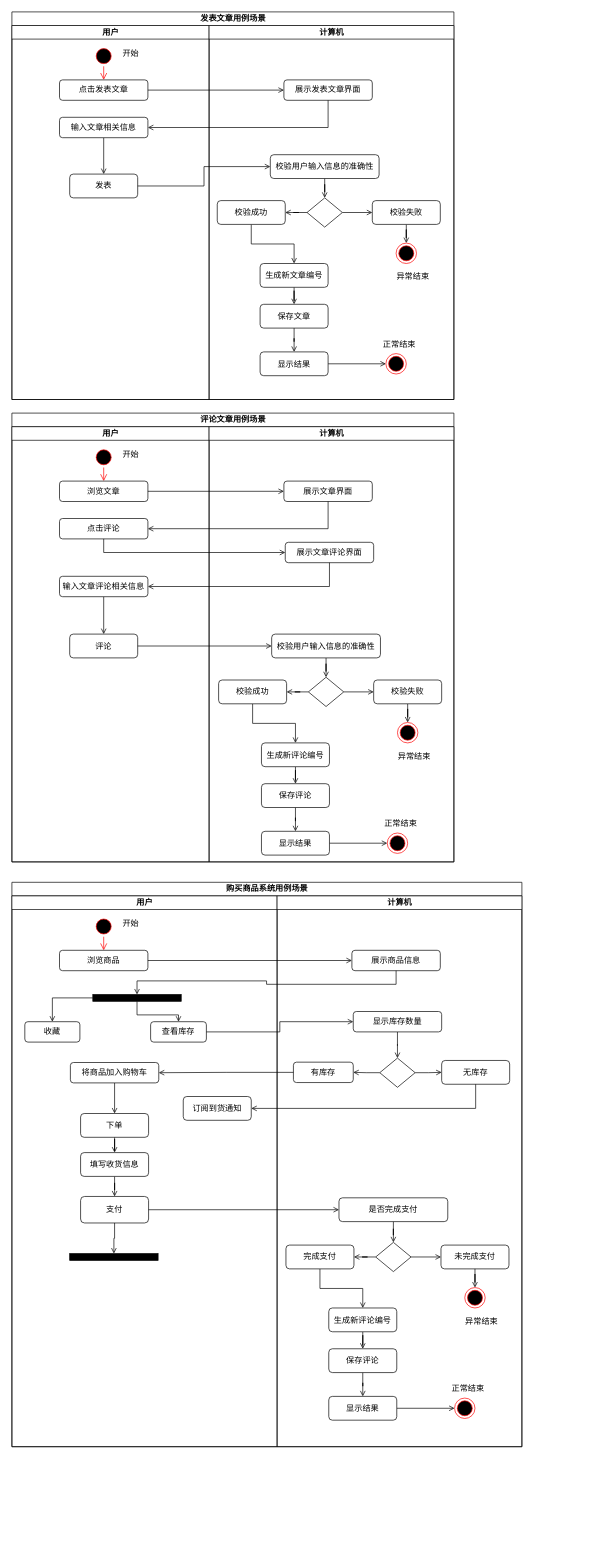
Above: uml-系统用例场景.drawio in JMHello/draw (draw.io), before the change. Source tidied: cells renumbered, new cells numbered last; positions are measured from the earlier drawing's top-left corner, leaving out a move shared by most shapes. Both pictures are drawn from the tidied source at 68%, with x=0, y=0 at pixel (12, 12).
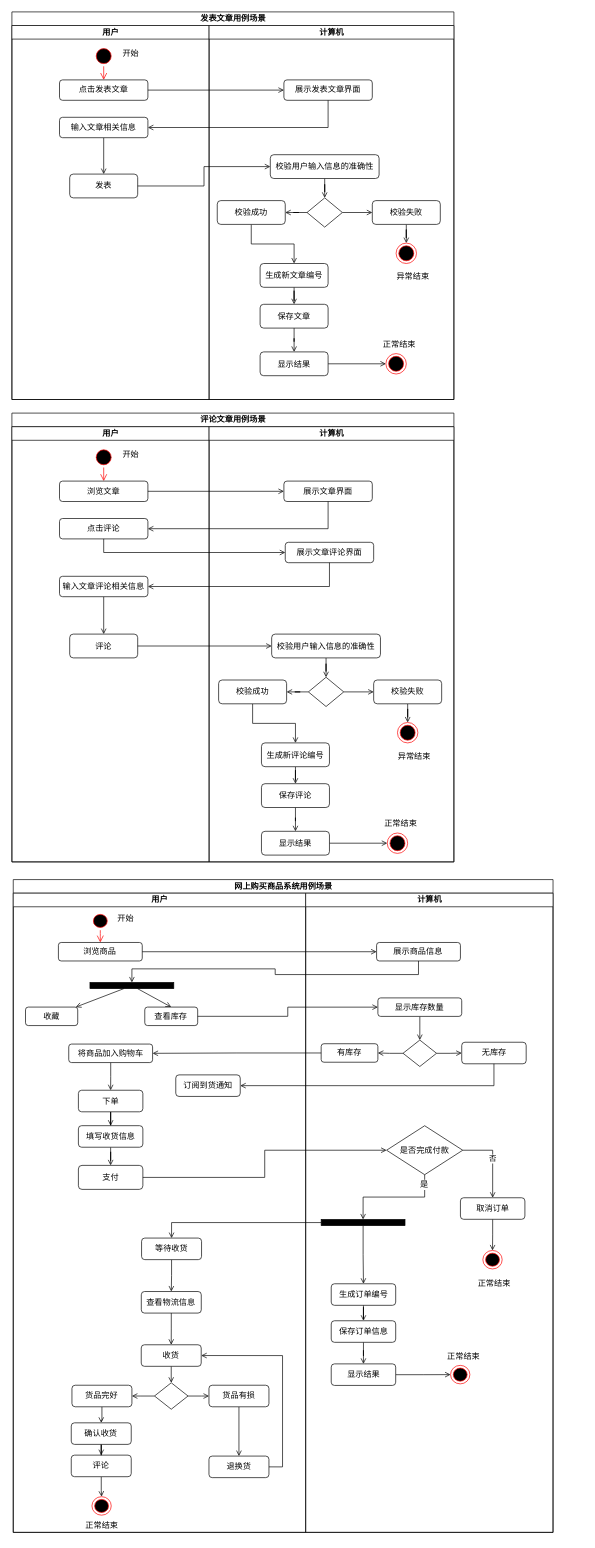
The same page after the edit.

Commit message (it also covers changes not shown here):
Update uml-系统用例场景.drawio

The edit, as a diff of the source:
```diff
@@
+    <mxCell id="128" style="group;" parent="1" vertex="1">
+      <mxGeometry x="2" y="1280" width="838" height="960" as="geometry" />
+    </mxCell>
-    <mxCell id="72" value="购买商品系统用例场景" style="swimlane;html=1;startSize=20;" parent="1" vertex="1">
-      <mxGeometry y="1280" width="750" height="830" as="geometry" />
+    <mxCell id="72" value="网上购买商品系统用例场景" style="swimlane;html=1;startSize=20;" parent="128" vertex="1">
+      <mxGeometry y="-4" width="793.8" height="960" as="geometry" />
     </mxCell>
     <mxCell id="73" value="用户" style="swimlane;html=1;startSize=20;" parent="72" vertex="1">
-      <mxGeometry y="20" width="390" height="810" as="geometry" />
+      <mxGeometry y="20" width="430" height="940" as="geometry" />
     </mxCell>
     <mxCell id="74" style="ellipse;html=1;shape=startState;fillColor=#000000;strokeColor=#ff0000;" parent="73" vertex="1">
-      <mxGeometry x="120" y="30" width="30" height="30" as="geometry" />
+      <mxGeometry x="113.8" y="27.2" width="28.4" height="27.2" as="geometry" />
     </mxCell>
@@
     <mxCell id="76" value="浏览商品" style="rounded=1;whiteSpace=wrap;html=1;" parent="73" vertex="1">
-      <mxGeometry x="70" y="80" width="130" height="30" as="geometry" />
+      <mxGeometry x="66.4" y="72.5" width="123.3" height="27.2" as="geometry" />
     </mxCell>
@@
     <mxCell id="78" value="将商品加入购物车" style="rounded=1;whiteSpace=wrap;html=1;" parent="73" vertex="1">
-      <mxGeometry x="86" y="245" width="130" height="30" as="geometry" />
+      <mxGeometry x="81.6" y="221.9" width="123.3" height="27.2" as="geometry" />
     </mxCell>
@@
     <mxCell id="80" value="下单" style="rounded=1;whiteSpace=wrap;html=1;" parent="73" vertex="1">
-      <mxGeometry x="101" y="320" width="100" height="35" as="geometry" />
+      <mxGeometry x="95.8" y="289.8" width="94.8" height="31.7" as="geometry" />
     </mxCell>
@@
     <mxCell id="82" value="填写收货信息" style="rounded=1;whiteSpace=wrap;html=1;" parent="73" vertex="1">
-      <mxGeometry x="101" y="377.5" width="100" height="35" as="geometry" />
+      <mxGeometry x="95.8" y="341.9" width="94.8" height="31.7" as="geometry" />
     </mxCell>
     <mxCell id="83" value="支付" style="rounded=1;whiteSpace=wrap;html=1;" parent="73" vertex="1">
-      <mxGeometry x="101" y="442" width="100" height="39" as="geometry" />
+      <mxGeometry x="95.8" y="400.3" width="94.8" height="35.3" as="geometry" />
     </mxCell>
     <mxCell id="84" value="开始" style="text;html=1;strokeColor=none;fillColor=none;align=center;verticalAlign=middle;whiteSpace=wrap;rounded=0;" parent="73" vertex="1">
-      <mxGeometry x="150" y="32" width="50" height="18" as="geometry" />
+      <mxGeometry x="142.2" y="29" width="47.4" height="16.3" as="geometry" />
     </mxCell>
-    <mxCell id="85" style="edgeStyle=orthogonalEdgeStyle;rounded=0;jettySize=auto;html=1;endArrow=open;endFill=0;" parent="73" edge="1" source="87" target="88">
+    <mxCell id="85" style="rounded=0;jettySize=auto;html=1;endArrow=open;endFill=0;" parent="73" edge="1" source="87" target="88">
       <mxGeometry relative="1" as="geometry" />
     </mxCell>
-    <mxCell id="86" style="edgeStyle=orthogonalEdgeStyle;rounded=0;jettySize=auto;html=1;entryX=0.5;entryY=0;entryDx=0;entryDy=0;endArrow=open;endFill=0;" parent="73" edge="1" source="87" target="89">
+    <mxCell id="86" style="rounded=0;jettySize=auto;html=1;entryX=0.5;entryY=0;entryDx=0;entryDy=0;endArrow=open;endFill=0;" parent="73" edge="1" source="87" target="89">
       <mxGeometry relative="1" as="geometry" />
     </mxCell>
     <mxCell id="87" style="rounded=0;whiteSpace=wrap;html=1;gradientColor=none;fillColor=#000000;" parent="73" vertex="1">
-      <mxGeometry x="119" y="145" width="130" height="10" as="geometry" />
+      <mxGeometry x="112.8" y="131.3" width="123.3" height="9.1" as="geometry" />
     </mxCell>
     <mxCell id="88" value="收藏" style="rounded=1;whiteSpace=wrap;html=1;" parent="73" vertex="1">
-      <mxGeometry x="19" y="185" width="81" height="30" as="geometry" />
+      <mxGeometry x="18" y="167.5" width="76.8" height="27.2" as="geometry" />
     </mxCell>
     <mxCell id="89" value="查看库存" style="rounded=1;whiteSpace=wrap;html=1;" parent="73" vertex="1">
-      <mxGeometry x="204" y="185" width="82" height="30" as="geometry" />
+      <mxGeometry x="193.4" y="167.5" width="77.8" height="27.2" as="geometry" />
     </mxCell>
     <mxCell id="90" value="订阅到货通知" style="rounded=1;whiteSpace=wrap;html=1;" parent="73" vertex="1">
-      <mxGeometry x="252" y="295" width="100" height="35" as="geometry" />
+      <mxGeometry x="239" y="267.2" width="94.8" height="31.7" as="geometry" />
     </mxCell>
-    <mxCell id="91" style="rounded=0;whiteSpace=wrap;html=1;gradientColor=none;fillColor=#000000;" parent="73" vertex="1">
-      <mxGeometry x="85" y="526" width="130" height="10" as="geometry" />
-    </mxCell>
-    <mxCell id="92" style="edgeStyle=orthogonalEdgeStyle;rounded=0;jettySize=auto;html=1;endArrow=open;endFill=0;entryX=0.5;entryY=0;entryDx=0;entryDy=0;" parent="73" edge="1" source="83" target="91">
-      <mxGeometry relative="1" as="geometry" />
-    </mxCell>
+    <mxCell id="129" style="edgeStyle=orthogonalEdgeStyle;rounded=0;jettySize=auto;html=1;endArrow=open;endFill=0;" parent="73" edge="1" source="130" target="132">
+      <mxGeometry relative="1" as="geometry" />
+    </mxCell>
+    <mxCell id="130" value="等待收货" style="rounded=1;whiteSpace=wrap;html=1;" parent="73" vertex="1">
+      <mxGeometry x="188.7" y="507.2" width="88.2" height="31.7" as="geometry" />
+    </mxCell>
+    <mxCell id="131" style="edgeStyle=orthogonalEdgeStyle;rounded=0;jettySize=auto;html=1;endArrow=open;endFill=0;" parent="73" edge="1" source="132" target="134">
+      <mxGeometry relative="1" as="geometry" />
+    </mxCell>
+    <mxCell id="132" value="查看物流信息" style="rounded=1;whiteSpace=wrap;html=1;" parent="73" vertex="1">
+      <mxGeometry x="188.3" y="585.8" width="88.2" height="31.7" as="geometry" />
+    </mxCell>
+    <mxCell id="133" style="edgeStyle=orthogonalEdgeStyle;rounded=0;jettySize=auto;html=1;entryX=0.5;entryY=0;entryDx=0;entryDy=0;endArrow=open;endFill=0;" parent="73" edge="1" source="134" target="137">
+      <mxGeometry relative="1" as="geometry" />
+    </mxCell>
+    <mxCell id="134" value="收货" style="rounded=1;whiteSpace=wrap;html=1;" parent="73" vertex="1">
+      <mxGeometry x="188.2" y="664.1" width="88.2" height="31.7" as="geometry" />
+    </mxCell>
+    <mxCell id="135" style="edgeStyle=orthogonalEdgeStyle;rounded=0;jettySize=auto;html=1;entryX=1;entryY=0.5;entryDx=0;entryDy=0;endArrow=open;endFill=0;" parent="73" edge="1" source="137" target="139">
+      <mxGeometry relative="1" as="geometry" />
+    </mxCell>
+    <mxCell id="136" style="edgeStyle=orthogonalEdgeStyle;rounded=0;jettySize=auto;html=1;endArrow=open;endFill=0;" parent="73" edge="1" source="137" target="145">
+      <mxGeometry relative="1" as="geometry" />
+    </mxCell>
+    <mxCell id="137" style="rhombus;whiteSpace=wrap;html=1;" parent="73" vertex="1">
+      <mxGeometry x="207.7" y="720" width="49.3" height="38.9" as="geometry" />
+    </mxCell>
+    <mxCell id="138" style="edgeStyle=orthogonalEdgeStyle;rounded=0;jettySize=auto;html=1;endArrow=open;endFill=0;" parent="73" edge="1" source="139" target="141">
+      <mxGeometry relative="1" as="geometry" />
+    </mxCell>
+    <mxCell id="139" value="货品完好" style="rounded=1;whiteSpace=wrap;html=1;" parent="73" vertex="1">
+      <mxGeometry x="86.3" y="723.6" width="88.2" height="31.7" as="geometry" />
+    </mxCell>
+    <mxCell id="140" style="edgeStyle=orthogonalEdgeStyle;rounded=0;jettySize=auto;html=1;endArrow=open;endFill=0;" parent="73" edge="1" source="141" target="143">
+      <mxGeometry relative="1" as="geometry" />
+    </mxCell>
+    <mxCell id="141" value="确认收货" style="rounded=1;whiteSpace=wrap;html=1;" parent="73" vertex="1">
+      <mxGeometry x="85.3" y="778.9" width="88.2" height="31.7" as="geometry" />
+    </mxCell>
+    <mxCell id="142" style="edgeStyle=orthogonalEdgeStyle;rounded=0;jettySize=auto;html=1;endArrow=open;endFill=0;" parent="73" edge="1" source="143" target="149">
+      <mxGeometry relative="1" as="geometry" />
+    </mxCell>
+    <mxCell id="143" value="评论" style="rounded=1;whiteSpace=wrap;html=1;" parent="73" vertex="1">
+      <mxGeometry x="85.3" y="826.4" width="88.2" height="31.7" as="geometry" />
+    </mxCell>
+    <mxCell id="144" style="edgeStyle=orthogonalEdgeStyle;rounded=0;jettySize=auto;html=1;endArrow=open;endFill=0;" parent="73" edge="1" source="145" target="147">
+      <mxGeometry relative="1" as="geometry" />
+    </mxCell>
+    <mxCell id="145" value="货品有损" style="rounded=1;whiteSpace=wrap;html=1;" parent="73" vertex="1">
+      <mxGeometry x="287.8" y="723.6" width="88.2" height="31.7" as="geometry" />
+    </mxCell>
+    <mxCell id="146" style="edgeStyle=orthogonalEdgeStyle;rounded=0;jettySize=auto;html=1;entryX=1;entryY=0.5;entryDx=0;entryDy=0;endArrow=open;endFill=0;exitX=1;exitY=0.5;exitDx=0;exitDy=0;" parent="73" edge="1" source="147" target="134">
+      <mxGeometry relative="1" as="geometry" />
+    </mxCell>
+    <mxCell id="147" value="退换货" style="rounded=1;whiteSpace=wrap;html=1;" parent="73" vertex="1">
+      <mxGeometry x="287.8" y="827.8" width="88.2" height="31.7" as="geometry" />
+    </mxCell>
+    <mxCell id="148" style="group;" parent="73" vertex="1">
+      <mxGeometry x="102.4" y="887.5" width="56.9" height="57.1" as="geometry" />
+    </mxCell>
+    <mxCell id="149" style="ellipse;html=1;shape=endState;fillColor=#000000;strokeColor=#ff0000;" parent="148" vertex="1">
+      <mxGeometry x="13.3" width="28.4" height="27.2" as="geometry" />
+    </mxCell>
+    <mxCell id="150" value="正常结束" style="text;html=1;strokeColor=none;fillColor=none;align=center;verticalAlign=middle;whiteSpace=wrap;rounded=0;" parent="148" vertex="1">
+      <mxGeometry y="32.2" width="56.9" height="20.8" as="geometry" />
+    </mxCell>
     <mxCell id="93" value="计算机" style="swimlane;html=1;startSize=20;" parent="72" vertex="1">
-      <mxGeometry x="390" y="20" width="360" height="810" as="geometry" />
+      <mxGeometry x="430" y="20" width="363.8" height="940" as="geometry" />
     </mxCell>
     <mxCell id="94" value="展示商品信息" style="rounded=1;whiteSpace=wrap;html=1;" parent="93" vertex="1">
-      <mxGeometry x="110" y="80" width="130" height="30" as="geometry" />
+      <mxGeometry x="104.3" y="72.5" width="123.3" height="27.2" as="geometry" />
     </mxCell>
-    <mxCell id="95" style="edgeStyle=orthogonalEdgeStyle;rounded=0;jettySize=auto;html=1;entryX=0.5;entryY=0;entryDx=0;entryDy=0;endArrow=open;endFill=0;" parent="93" edge="1" source="96" target="99">
-      <mxGeometry relative="1" as="geometry" />
-    </mxCell>
-    <mxCell id="96" value="是否完成支付" style="rounded=1;whiteSpace=wrap;html=1;" parent="93" vertex="1">
-      <mxGeometry x="91" y="444" width="160" height="35" as="geometry" />
-    </mxCell>
-    <mxCell id="97" style="edgeStyle=orthogonalEdgeStyle;rounded=0;jettySize=auto;html=1;entryX=0;entryY=0.5;entryDx=0;entryDy=0;endArrow=open;endFill=0;" parent="93" edge="1" source="99" target="116">
-      <mxGeometry relative="1" as="geometry" />
-    </mxCell>
-    <mxCell id="98" style="edgeStyle=orthogonalEdgeStyle;rounded=0;jettySize=auto;html=1;entryX=1;entryY=0.5;entryDx=0;entryDy=0;endArrow=open;endFill=0;" parent="93" edge="1" source="99" target="101">
-      <mxGeometry relative="1" as="geometry" />
-    </mxCell>
-    <mxCell id="99" style="rhombus;whiteSpace=wrap;html=1;" parent="93" vertex="1">
-      <mxGeometry x="145" y="509.5" width="52" height="43" as="geometry" />
-    </mxCell>
-    <mxCell id="100" style="edgeStyle=orthogonalEdgeStyle;rounded=0;jettySize=auto;html=1;entryX=0.5;entryY=0;entryDx=0;entryDy=0;endArrow=open;endFill=0;" parent="93" edge="1" source="101" target="103">
-      <mxGeometry relative="1" as="geometry" />
-    </mxCell>
-    <mxCell id="101" value="完成支付" style="rounded=1;whiteSpace=wrap;html=1;" parent="93" vertex="1">
-      <mxGeometry x="13" y="513.5" width="100" height="35" as="geometry" />
-    </mxCell>
@@
-    <mxCell id="103" value="生成新评论编号" style="rounded=1;whiteSpace=wrap;html=1;" parent="93" vertex="1">
-      <mxGeometry x="76" y="606" width="100" height="35" as="geometry" />
+    <mxCell id="103" value="生成订单编号" style="rounded=1;whiteSpace=wrap;html=1;" parent="93" vertex="1">
+      <mxGeometry x="37.6" y="574.4" width="94.8" height="31.7" as="geometry" />
     </mxCell>
@@
-    <mxCell id="105" value="保存评论" style="rounded=1;whiteSpace=wrap;html=1;" parent="93" vertex="1">
-      <mxGeometry x="76" y="666" width="100" height="35" as="geometry" />
+    <mxCell id="105" value="保存订单信息" style="rounded=1;whiteSpace=wrap;html=1;" parent="93" vertex="1">
+      <mxGeometry x="37.6" y="628.8" width="94.8" height="31.7" as="geometry" />
     </mxCell>
@@
     <mxCell id="107" value="显示结果" style="rounded=1;whiteSpace=wrap;html=1;" parent="93" vertex="1">
-      <mxGeometry x="76" y="736" width="100" height="35" as="geometry" />
+      <mxGeometry x="37.6" y="692.2" width="94.8" height="31.7" as="geometry" />
     </mxCell>
-    <mxCell id="108" style="ellipse;html=1;shape=endState;fillColor=#000000;strokeColor=#ff0000;" parent="93" vertex="1">
-      <mxGeometry x="261" y="738.5" width="30" height="30" as="geometry" />
-    </mxCell>
-    <mxCell id="109" value="正常结束" style="text;html=1;strokeColor=none;fillColor=none;align=center;verticalAlign=middle;whiteSpace=wrap;rounded=0;" parent="93" vertex="1">
-      <mxGeometry x="251" y="713" width="60" height="23" as="geometry" />
-    </mxCell>
@@
     <mxCell id="111" value="显示库存数量" style="rounded=1;whiteSpace=wrap;html=1;" parent="93" vertex="1">
-      <mxGeometry x="112" y="170" width="130" height="30" as="geometry" />
+      <mxGeometry x="106.2" y="154" width="123.3" height="27.2" as="geometry" />
     </mxCell>
@@
     <mxCell id="114" style="rhombus;whiteSpace=wrap;html=1;" parent="93" vertex="1">
-      <mxGeometry x="151" y="238.5" width="52" height="43" as="geometry" />
+      <mxGeometry x="143.2" y="216" width="49.3" height="38.9" as="geometry" />
     </mxCell>
-    <mxCell id="115" style="group;" parent="93" vertex="1">
-      <mxGeometry x="241" y="513.5" width="100" height="123.5" as="geometry" />
-    </mxCell>
-    <mxCell id="116" value="未完成支付" style="rounded=1;whiteSpace=wrap;html=1;" parent="115" vertex="1">
-      <mxGeometry width="100" height="35" as="geometry" />
-    </mxCell>
-    <mxCell id="117" style="ellipse;html=1;shape=endState;fillColor=#000000;strokeColor=#ff0000;" parent="115" vertex="1">
-      <mxGeometry x="35" y="62.5" width="30" height="30" as="geometry" />
-    </mxCell>
-    <mxCell id="118" style="edgeStyle=orthogonalEdgeStyle;rounded=0;jettySize=auto;html=1;entryX=0.5;entryY=0;entryDx=0;entryDy=0;endArrow=open;endFill=0;" parent="115" edge="1" source="116" target="117">
-      <mxGeometry relative="1" as="geometry" />
-    </mxCell>
-    <mxCell id="119" value="异常结束" style="text;html=1;strokeColor=none;fillColor=none;align=center;verticalAlign=middle;whiteSpace=wrap;rounded=0;" parent="115" vertex="1">
-      <mxGeometry x="30" y="100.5" width="60" height="23" as="geometry" />
-    </mxCell>
     <mxCell id="120" value="有库存" style="rounded=1;whiteSpace=wrap;html=1;" parent="93" vertex="1">
-      <mxGeometry x="24" y="244.5" width="88" height="30" as="geometry" />
+      <mxGeometry x="22.8" y="221.4" width="83.4" height="27.2" as="geometry" />
     </mxCell>
     <mxCell id="121" value="无库存" style="rounded=1;whiteSpace=wrap;html=1;" parent="93" vertex="1">
-      <mxGeometry x="242" y="242" width="100" height="35" as="geometry" />
+      <mxGeometry x="229.5" y="219.2" width="94.8" height="31.7" as="geometry" />
     </mxCell>
+    <mxCell id="151" style="group;" parent="93" vertex="1">
+      <mxGeometry x="203.6" y="671.3" width="56.9" height="50.3" as="geometry" />
+    </mxCell>
+    <mxCell id="108" style="ellipse;html=1;shape=endState;fillColor=#000000;strokeColor=#ff0000;" parent="151" vertex="1">
+      <mxGeometry x="9.5" y="23.1" width="28.4" height="27.2" as="geometry" />
+    </mxCell>
+    <mxCell id="109" value="正常结束" style="text;html=1;strokeColor=none;fillColor=none;align=center;verticalAlign=middle;whiteSpace=wrap;rounded=0;" parent="151" vertex="1">
+      <mxGeometry width="56.9" height="20.8" as="geometry" />
+    </mxCell>
+    <mxCell id="152" value="否" style="edgeStyle=orthogonalEdgeStyle;rounded=0;jettySize=auto;html=1;entryX=0.5;entryY=0;entryDx=0;entryDy=0;endArrow=open;endFill=0;exitX=1;exitY=0.5;exitDx=0;exitDy=0;" parent="93" edge="1" source="153" target="155">
+      <mxGeometry relative="1" as="geometry" />
+    </mxCell>
+    <mxCell id="153" value="是否完成付款" style="rhombus;whiteSpace=wrap;html=1;fillColor=#FFFFFF;gradientColor=none;" parent="93" vertex="1">
+      <mxGeometry x="119" y="342" width="112" height="72" as="geometry" />
+    </mxCell>
+    <mxCell id="154" style="edgeStyle=orthogonalEdgeStyle;rounded=0;jettySize=auto;html=1;entryX=0.5;entryY=0;entryDx=0;entryDy=0;endArrow=open;endFill=0;" parent="93" edge="1" source="155" target="160">
+      <mxGeometry relative="1" as="geometry" />
+    </mxCell>
+    <mxCell id="155" value="取消订单" style="rounded=1;whiteSpace=wrap;html=1;" parent="93" vertex="1">
+      <mxGeometry x="227.6" y="447.9" width="94.8" height="31.7" as="geometry" />
+    </mxCell>
+    <mxCell id="156" style="edgeStyle=orthogonalEdgeStyle;rounded=0;jettySize=auto;html=1;endArrow=open;endFill=0;" parent="93" edge="1" source="157" target="103">
+      <mxGeometry relative="1" as="geometry" />
+    </mxCell>
+    <mxCell id="157" style="rounded=0;whiteSpace=wrap;html=1;gradientColor=none;fillColor=#000000;" parent="93" vertex="1">
+      <mxGeometry x="22.8" y="479.8" width="123.3" height="9.1" as="geometry" />
+    </mxCell>
+    <mxCell id="158" style="edgeStyle=orthogonalEdgeStyle;rounded=0;jettySize=auto;html=1;endArrow=open;endFill=0;exitX=0.5;exitY=1;exitDx=0;exitDy=0;entryX=0.5;entryY=0;entryDx=0;entryDy=0;" parent="93" edge="1" source="153" target="157">
+      <mxGeometry relative="1" as="geometry" />
+    </mxCell>
+    <mxCell id="159" value="是" style="text;html=1;align=center;verticalAlign=middle;labelBackgroundColor=#ffffff;" parent="158" vertex="1">
+      <mxGeometry x="-0.89" y="-1" relative="1" as="geometry">
+        <mxPoint x="-1" y="5" as="offset" />
+      </mxGeometry>
+    </mxCell>
+    <mxCell id="160" style="ellipse;html=1;shape=endState;fillColor=#000000;strokeColor=#ff0000;" parent="93" vertex="1">
+      <mxGeometry x="260.6" y="525.4" width="28.4" height="27.2" as="geometry" />
+    </mxCell>
+    <mxCell id="161" value="正常结束" style="text;html=1;strokeColor=none;fillColor=none;align=center;verticalAlign=middle;whiteSpace=wrap;rounded=0;" parent="93" vertex="1">
+      <mxGeometry x="248.6" y="563.8" width="56.9" height="20.8" as="geometry" />
+    </mxCell>
@@
-    <mxCell id="127" style="edgeStyle=orthogonalEdgeStyle;rounded=0;jettySize=auto;html=1;entryX=0;entryY=0.5;entryDx=0;entryDy=0;endArrow=open;endFill=0;" parent="72" edge="1" source="83" target="96">
-      <mxGeometry relative="1" as="geometry" />
-    </mxCell>
+    <mxCell id="162" style="edgeStyle=orthogonalEdgeStyle;rounded=0;jettySize=auto;html=1;endArrow=open;endFill=0;entryX=0;entryY=0.5;entryDx=0;entryDy=0;" parent="72" edge="1" source="83" target="153">
+      <mxGeometry relative="1" as="geometry" />
+    </mxCell>
+    <mxCell id="163" style="edgeStyle=orthogonalEdgeStyle;rounded=0;jettySize=auto;html=1;entryX=0.5;entryY=0;entryDx=0;entryDy=0;endArrow=open;endFill=0;" parent="72" edge="1" source="157" target="130">
+      <mxGeometry relative="1" as="geometry" />
+    </mxCell>
```
